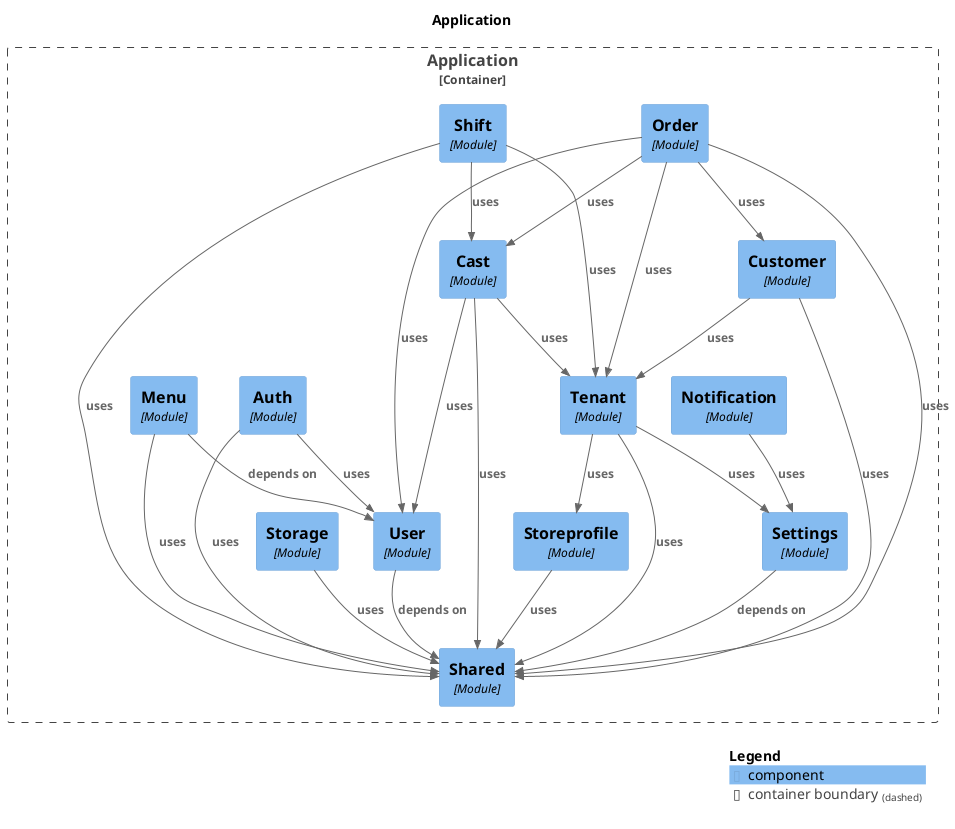
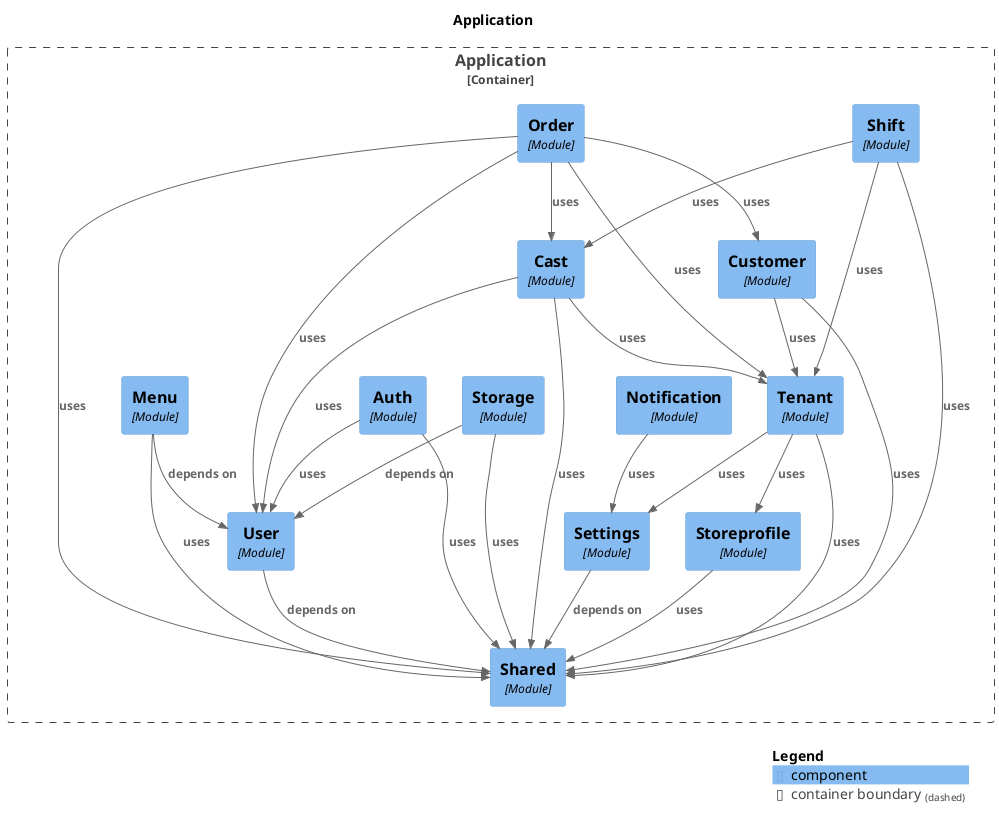
@startuml
set separator none
title Application

top to bottom direction

!include <C4/C4>
!include <C4/C4_Context>
!include <C4/C4_Component>

Container_Boundary("Application.Application_boundary", "Application", $tags="") {
-   Component(Application.Application.Notification, "Notification", $techn="Module", $descr="", $tags="", $link="")
+   Component(Application.Application.Storage, "Storage", $techn="Module", $descr="", $tags="", $link="")
  Component(Application.Application.Tenant, "Tenant", $techn="Module", $descr="", $tags="", $link="")
  Component(Application.Application.Cast, "Cast", $techn="Module", $descr="", $tags="", $link="")
  Component(Application.Application.Customer, "Customer", $techn="Module", $descr="", $tags="", $link="")
  Component(Application.Application.Order, "Order", $techn="Module", $descr="", $tags="", $link="")
  Component(Application.Application.Shift, "Shift", $techn="Module", $descr="", $tags="", $link="")
  Component(Application.Application.Shared, "Shared", $techn="Module", $descr="", $tags="", $link="")
  Component(Application.Application.Settings, "Settings", $techn="Module", $descr="", $tags="", $link="")
-   Component(Application.Application.Storage, "Storage", $techn="Module", $descr="", $tags="", $link="")
  Component(Application.Application.Storeprofile, "Storeprofile", $techn="Module", $descr="", $tags="", $link="")
  Component(Application.Application.User, "User", $techn="Module", $descr="", $tags="", $link="")
  Component(Application.Application.Auth, "Auth", $techn="Module", $descr="", $tags="", $link="")
  Component(Application.Application.Menu, "Menu", $techn="Module", $descr="", $tags="", $link="")
+   Component(Application.Application.Notification, "Notification", $techn="Module", $descr="", $tags="", $link="")
}

+ Rel(Application.Application.Menu, Application.Application.User, "depends on", $techn="", $tags="", $link="")
+ Rel(Application.Application.Menu, Application.Application.Shared, "uses", $techn="", $tags="", $link="")
+ Rel(Application.Application.Auth, Application.Application.User, "uses", $techn="", $tags="", $link="")
+ Rel(Application.Application.Auth, Application.Application.Shared, "uses", $techn="", $tags="", $link="")
+ Rel(Application.Application.Storage, Application.Application.User, "depends on", $techn="", $tags="", $link="")
+ Rel(Application.Application.Storage, Application.Application.Shared, "uses", $techn="", $tags="", $link="")
+ Rel(Application.Application.Customer, Application.Application.Shared, "uses", $techn="", $tags="", $link="")
+ Rel(Application.Application.Customer, Application.Application.Tenant, "uses", $techn="", $tags="", $link="")
+ Rel(Application.Application.Tenant, Application.Application.Storeprofile, "uses", $techn="", $tags="", $link="")
+ Rel(Application.Application.Tenant, Application.Application.Settings, "uses", $techn="", $tags="", $link="")
+ Rel(Application.Application.Tenant, Application.Application.Shared, "uses", $techn="", $tags="", $link="")
+ Rel(Application.Application.Notification, Application.Application.Settings, "uses", $techn="", $tags="", $link="")
Rel(Application.Application.User, Application.Application.Shared, "depends on", $techn="", $tags="", $link="")
Rel(Application.Application.Storeprofile, Application.Application.Shared, "uses", $techn="", $tags="", $link="")
- Rel(Application.Application.Auth, Application.Application.User, "uses", $techn="", $tags="", $link="")
- Rel(Application.Application.Auth, Application.Application.Shared, "uses", $techn="", $tags="", $link="")
- Rel(Application.Application.Customer, Application.Application.Shared, "uses", $techn="", $tags="", $link="")
- Rel(Application.Application.Customer, Application.Application.Tenant, "uses", $techn="", $tags="", $link="")
- Rel(Application.Application.Notification, Application.Application.Settings, "uses", $techn="", $tags="", $link="")
- Rel(Application.Application.Storage, Application.Application.Shared, "uses", $techn="", $tags="", $link="")
+ Rel(Application.Application.Cast, Application.Application.Shared, "uses", $techn="", $tags="", $link="")
+ Rel(Application.Application.Cast, Application.Application.User, "uses", $techn="", $tags="", $link="")
+ Rel(Application.Application.Cast, Application.Application.Tenant, "uses", $techn="", $tags="", $link="")
+ Rel(Application.Application.Shift, Application.Application.Shared, "uses", $techn="", $tags="", $link="")
+ Rel(Application.Application.Shift, Application.Application.Tenant, "uses", $techn="", $tags="", $link="")
+ Rel(Application.Application.Shift, Application.Application.Cast, "uses", $techn="", $tags="", $link="")
+ Rel(Application.Application.Settings, Application.Application.Shared, "depends on", $techn="", $tags="", $link="")
Rel(Application.Application.Order, Application.Application.Customer, "uses", $techn="", $tags="", $link="")
Rel(Application.Application.Order, Application.Application.Cast, "uses", $techn="", $tags="", $link="")
Rel(Application.Application.Order, Application.Application.User, "uses", $techn="", $tags="", $link="")
Rel(Application.Application.Order, Application.Application.Tenant, "uses", $techn="", $tags="", $link="")
Rel(Application.Application.Order, Application.Application.Shared, "uses", $techn="", $tags="", $link="")
- Rel(Application.Application.Shift, Application.Application.Shared, "uses", $techn="", $tags="", $link="")
- Rel(Application.Application.Shift, Application.Application.Tenant, "uses", $techn="", $tags="", $link="")
- Rel(Application.Application.Shift, Application.Application.Cast, "uses", $techn="", $tags="", $link="")
- Rel(Application.Application.Cast, Application.Application.User, "uses", $techn="", $tags="", $link="")
- Rel(Application.Application.Cast, Application.Application.Tenant, "uses", $techn="", $tags="", $link="")
- Rel(Application.Application.Cast, Application.Application.Shared, "uses", $techn="", $tags="", $link="")
- Rel(Application.Application.Tenant, Application.Application.Storeprofile, "uses", $techn="", $tags="", $link="")
- Rel(Application.Application.Tenant, Application.Application.Settings, "uses", $techn="", $tags="", $link="")
- Rel(Application.Application.Tenant, Application.Application.Shared, "uses", $techn="", $tags="", $link="")
- Rel(Application.Application.Menu, Application.Application.User, "depends on", $techn="", $tags="", $link="")
- Rel(Application.Application.Menu, Application.Application.Shared, "uses", $techn="", $tags="", $link="")
- Rel(Application.Application.Settings, Application.Application.Shared, "depends on", $techn="", $tags="", $link="")

SHOW_LEGEND(true)
@enduml